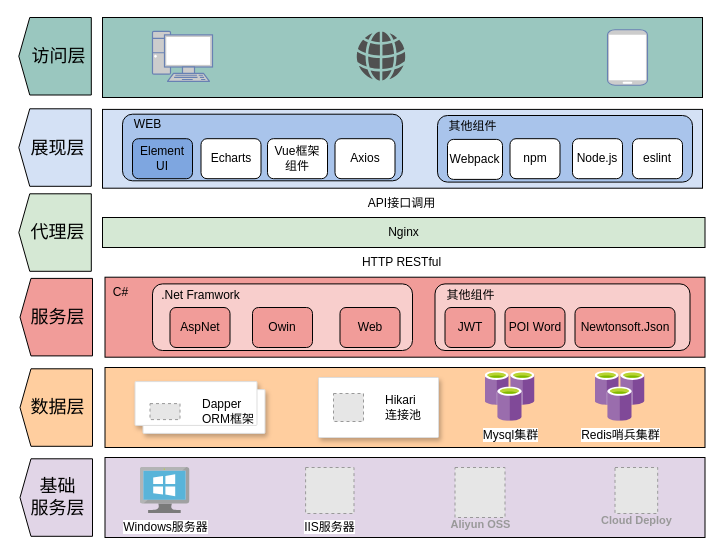
This is 未命名绘图.drawio from PXNPXN/MyHexo, a draw.io file, before an edit. Source tidied: cells renumbered, new cells numbered last; positions are measured from the earlier drawing's top-left corner, leaving out a move shared by most shapes. Both pictures are drawn from the tidied source at 100%, with x=0, y=0 at pixel (16, 17). Pictures stored in the file or linked from it are replaced by grey dashed boxes.
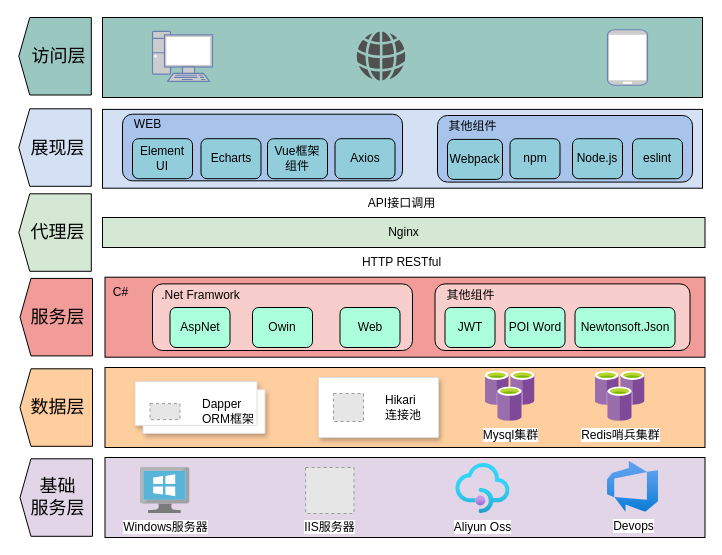
After the change.

Commit message (it also covers changes not shown here):
前后端分离架构图.drawio

Change to the diagram source:
```diff
@@
-    <mxCell id="25" value="Cloud Deploy" style="fillColor=#E6E6E6;strokeColor=#999999;dashed=1;html=1;verticalAlign=top;labelPosition=center;verticalLabelPosition=bottom;align=center;spacingTop=-6;fontSize=11;fontStyle=1;fontColor=#999999;" parent="1" vertex="1">
-      <mxGeometry x="598.5" y="450" width="42.7" height="46" as="geometry" />
-    </mxCell>
-    <mxCell id="26" value="Aliyun OSS" style="fillColor=#E6E6E6;strokeColor=#999999;dashed=1;html=1;verticalAlign=top;labelPosition=center;verticalLabelPosition=bottom;align=center;spacingTop=-6;fontSize=11;fontStyle=1;fontColor=#999999;" parent="1" vertex="1">
-      <mxGeometry x="438.5" y="450" width="50" height="50" as="geometry" />
-    </mxCell>
@@
-    <mxCell id="33" value="AspNet" style="rounded=1;whiteSpace=wrap;html=1;fillColor=#F19C99;" parent="1" vertex="1">
+    <mxCell id="33" value="AspNet" style="rounded=1;whiteSpace=wrap;html=1;fillColor=#acffdc;" parent="1" vertex="1">
       <mxGeometry x="153.5" y="290" width="60" height="40" as="geometry" />
     </mxCell>
@@
-    <mxCell id="35" value="JWT" style="rounded=1;whiteSpace=wrap;html=1;fillColor=#F19C99;" parent="1" vertex="1">
+    <mxCell id="35" value="JWT" style="rounded=1;whiteSpace=wrap;html=1;fillColor=#ACFFDC;" parent="1" vertex="1">
       <mxGeometry x="428.5" y="290" width="50" height="40" as="geometry" />
     </mxCell>
@@
-    <mxCell id="37" value="POI Word" style="rounded=1;whiteSpace=wrap;html=1;fillColor=#F19C99;" parent="1" vertex="1">
+    <mxCell id="37" value="POI Word" style="rounded=1;whiteSpace=wrap;html=1;fillColor=#ACFFDC;" parent="1" vertex="1">
       <mxGeometry x="488.5" y="290" width="60" height="40" as="geometry" />
     </mxCell>
-    <mxCell id="38" value="Owin" style="rounded=1;whiteSpace=wrap;html=1;fillColor=#F19C99;" parent="1" vertex="1">
+    <mxCell id="38" value="Owin" style="rounded=1;whiteSpace=wrap;html=1;fillColor=#ACFFDC;" parent="1" vertex="1">
       <mxGeometry x="236" y="290" width="60" height="40" as="geometry" />
     </mxCell>
-    <mxCell id="39" value="Newtonsoft.Json" style="rounded=1;whiteSpace=wrap;html=1;fillColor=#F19C99;" parent="1" vertex="1">
+    <mxCell id="39" value="Newtonsoft.Json" style="rounded=1;whiteSpace=wrap;html=1;fillColor=#ACFFDC;" parent="1" vertex="1">
       <mxGeometry x="558.5" y="290" width="100" height="40" as="geometry" />
     </mxCell>
-    <mxCell id="40" value="Web" style="rounded=1;whiteSpace=wrap;html=1;fillColor=#F19C99;" parent="1" vertex="1">
+    <mxCell id="40" value="Web" style="rounded=1;whiteSpace=wrap;html=1;fillColor=#ACFFDC;" parent="1" vertex="1">
       <mxGeometry x="323.5" y="290" width="60" height="40" as="geometry" />
     </mxCell>
@@
-    <mxCell id="44" value="Webpack" style="rounded=1;whiteSpace=wrap;html=1;" parent="1" vertex="1">
+    <mxCell id="44" value="Webpack" style="rounded=1;whiteSpace=wrap;html=1;fillColor=#92CDDC;" parent="1" vertex="1">
       <mxGeometry x="431" y="121.9" width="55" height="40" as="geometry" />
     </mxCell>
@@
-    <mxCell id="49" value="Element UI" style="rounded=1;whiteSpace=wrap;html=1;fillColor=#7EA6E0;" parent="1" vertex="1">
+    <mxCell id="49" value="Element UI" style="rounded=1;whiteSpace=wrap;html=1;fillColor=#92cddc;" parent="1" vertex="1">
       <mxGeometry x="116" y="121.2" width="60" height="40" as="geometry" />
     </mxCell>
-    <mxCell id="50" value="Echarts" style="rounded=1;whiteSpace=wrap;html=1;" parent="1" vertex="1">
+    <mxCell id="50" value="Echarts" style="rounded=1;whiteSpace=wrap;html=1;fillColor=#92CDDC;" parent="1" vertex="1">
       <mxGeometry x="184.5" y="121.2" width="60" height="40" as="geometry" />
     </mxCell>
-    <mxCell id="51" value="Vue框架&lt;div&gt;组件&lt;/div&gt;" style="rounded=1;whiteSpace=wrap;html=1;" parent="1" vertex="1">
+    <mxCell id="51" value="Vue框架&lt;div&gt;组件&lt;/div&gt;" style="rounded=1;whiteSpace=wrap;html=1;fillColor=#92CDDC;" parent="1" vertex="1">
       <mxGeometry x="251" y="121.2" width="60" height="40" as="geometry" />
     </mxCell>
-    <mxCell id="52" value="Axios" style="rounded=1;whiteSpace=wrap;html=1;" parent="1" vertex="1">
+    <mxCell id="52" value="Axios" style="rounded=1;whiteSpace=wrap;html=1;fillColor=#92CDDC;" parent="1" vertex="1">
       <mxGeometry x="318.5" y="121.2" width="60" height="40" as="geometry" />
     </mxCell>
-    <mxCell id="53" value="npm" style="rounded=1;whiteSpace=wrap;html=1;" parent="1" vertex="1">
+    <mxCell id="53" value="npm" style="rounded=1;whiteSpace=wrap;html=1;fillColor=#92CDDC;" parent="1" vertex="1">
       <mxGeometry x="493.5" y="121.2" width="50" height="40" as="geometry" />
     </mxCell>
-    <mxCell id="54" value="Node.js" style="rounded=1;whiteSpace=wrap;html=1;" parent="1" vertex="1">
+    <mxCell id="54" value="Node.js" style="rounded=1;whiteSpace=wrap;html=1;fillColor=#92CDDC;" parent="1" vertex="1">
       <mxGeometry x="556" y="121.2" width="50" height="40" as="geometry" />
     </mxCell>
@@
-    <mxCell id="57" value="eslint" style="rounded=1;whiteSpace=wrap;html=1;" parent="1" vertex="1">
+    <mxCell id="57" value="eslint" style="rounded=1;whiteSpace=wrap;html=1;fillColor=#92CDDC;" parent="1" vertex="1">
       <mxGeometry x="616" y="121.2" width="50" height="40" as="geometry" />
     </mxCell>
+    <mxCell id="58" value="Aliyun Oss" style="image;html=1;align=center;fontSize=12;image=img/lib/azure2/app_services/API_Management_Services.svg;" parent="1" vertex="1">
+      <mxGeometry x="439.3" y="446" width="54.2" height="50" as="geometry" />
+    </mxCell>
+    <mxCell id="59" value="Devops" style="image;html=1;align=center;fontSize=12;image=img/lib/azure2/devops/Azure_DevOps.svg;" parent="1" vertex="1">
+      <mxGeometry x="591" y="443.8" width="51" height="51" as="geometry" />
+    </mxCell>
```
